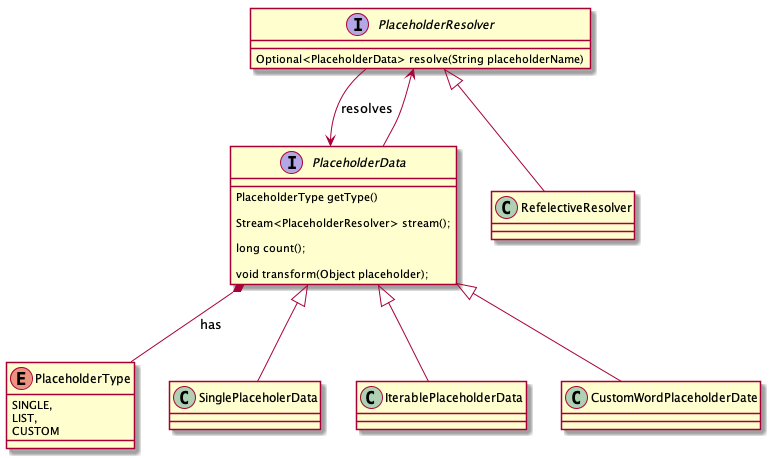
This is out/docs/placeholders/placeholders.png from DDS-GmbH/jocument, a PlantUML export, as it was before one commit.
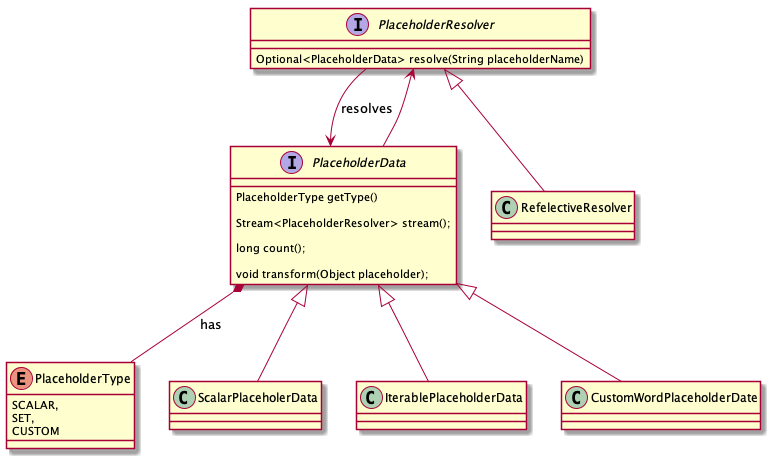
The same diagram one commit later.

Commit message:
Update README.md and Diagrams to new Terms

The edit, as a diff of the source:
```diff
@@ -17,8 +17,8 @@
 }
 
 enum PlaceholderType {
-    SINGLE,
-    LIST,
+    SCALAR,
+    SET,
     CUSTOM
 }
 
@@ -32,7 +32,7 @@
 
 PlaceholderResolver <|-- RefelectiveResolver
 
-class SinglePlaceholerData {
+class ScalarPlaceholerData {
 }
 
 class IterablePlaceholderData {
@@ -43,7 +43,7 @@
 
 }
 
-PlaceholderData <|-- SinglePlaceholerData
+PlaceholderData <|-- ScalarPlaceholerData
 PlaceholderData <|-- IterablePlaceholderData
 PlaceholderData <|-- CustomWordPlaceholderDate
 
```
